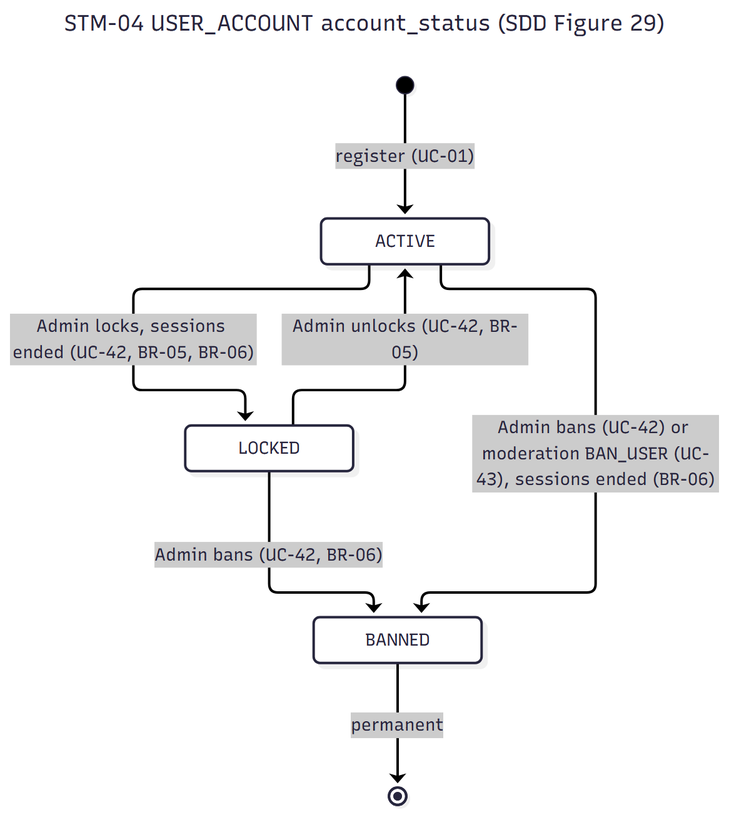
Above: specs/diagrams/state/STM-04_user_account.png in nguyenluc2411/cryptopilot_project (Mermaid), before the change. Its source is kept beside it as specs/diagrams/state/STM-04_user_account.mmd. Its diagram source:
```mermaid
---
title: STM-04 USER_ACCOUNT account_status (SDD Figure 29)
---
stateDiagram-v2
    [*] --> ACTIVE : register (UC-01)
    ACTIVE --> LOCKED : Admin locks, sessions ended (UC-42, BR-05, BR-06)
    LOCKED --> ACTIVE : Admin unlocks (UC-42, BR-05)
    ACTIVE --> BANNED : Admin bans (UC-42) or moderation BAN_USER (UC-43), sessions ended (BR-06)
    LOCKED --> BANNED : Admin bans (UC-42, BR-06)
    BANNED --> [*] : permanent
```
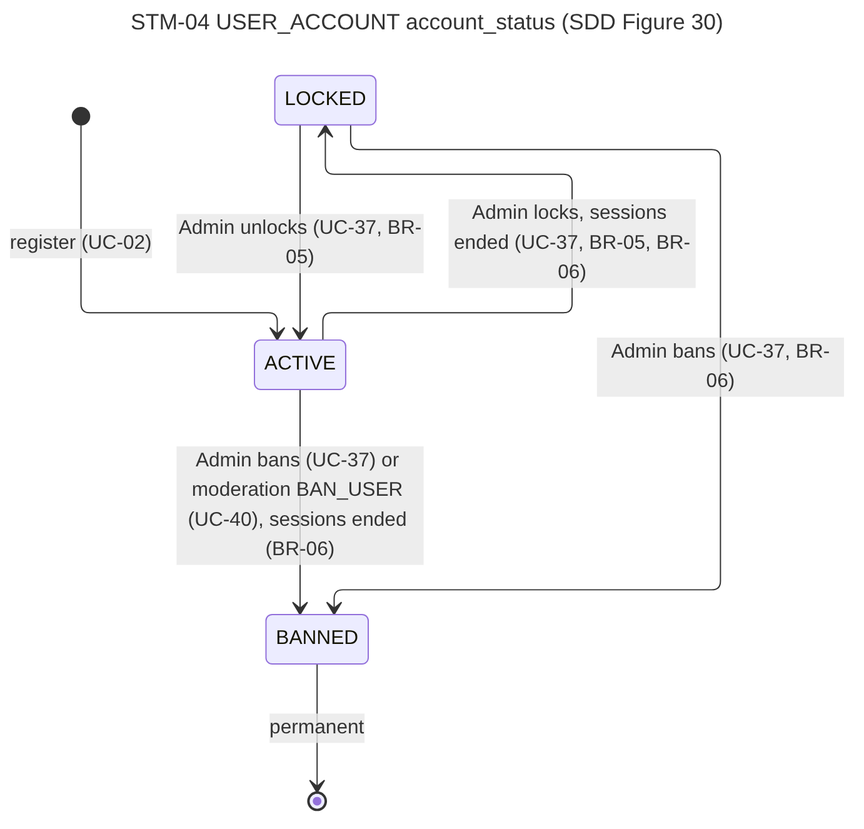
Above is the later version.

Diff of the diagram source:
```diff
@@ -1,10 +1,10 @@
 ---
-title: STM-04 USER_ACCOUNT account_status (SDD Figure 29)
+title: STM-04 USER_ACCOUNT account_status (SDD Figure 30)
 ---
 stateDiagram-v2
-    [*] --> ACTIVE : register (UC-01)
-    ACTIVE --> LOCKED : Admin locks, sessions ended (UC-42, BR-05, BR-06)
-    LOCKED --> ACTIVE : Admin unlocks (UC-42, BR-05)
-    ACTIVE --> BANNED : Admin bans (UC-42) or moderation BAN_USER (UC-43), sessions ended (BR-06)
-    LOCKED --> BANNED : Admin bans (UC-42, BR-06)
+    [*] --> ACTIVE : register (UC-02)
+    ACTIVE --> LOCKED : Admin locks, sessions ended (UC-37, BR-05, BR-06)
+    LOCKED --> ACTIVE : Admin unlocks (UC-37, BR-05)
+    ACTIVE --> BANNED : Admin bans (UC-37) or moderation BAN_USER (UC-40), sessions ended (BR-06)
+    LOCKED --> BANNED : Admin bans (UC-37, BR-06)
     BANNED --> [*] : permanent
```
